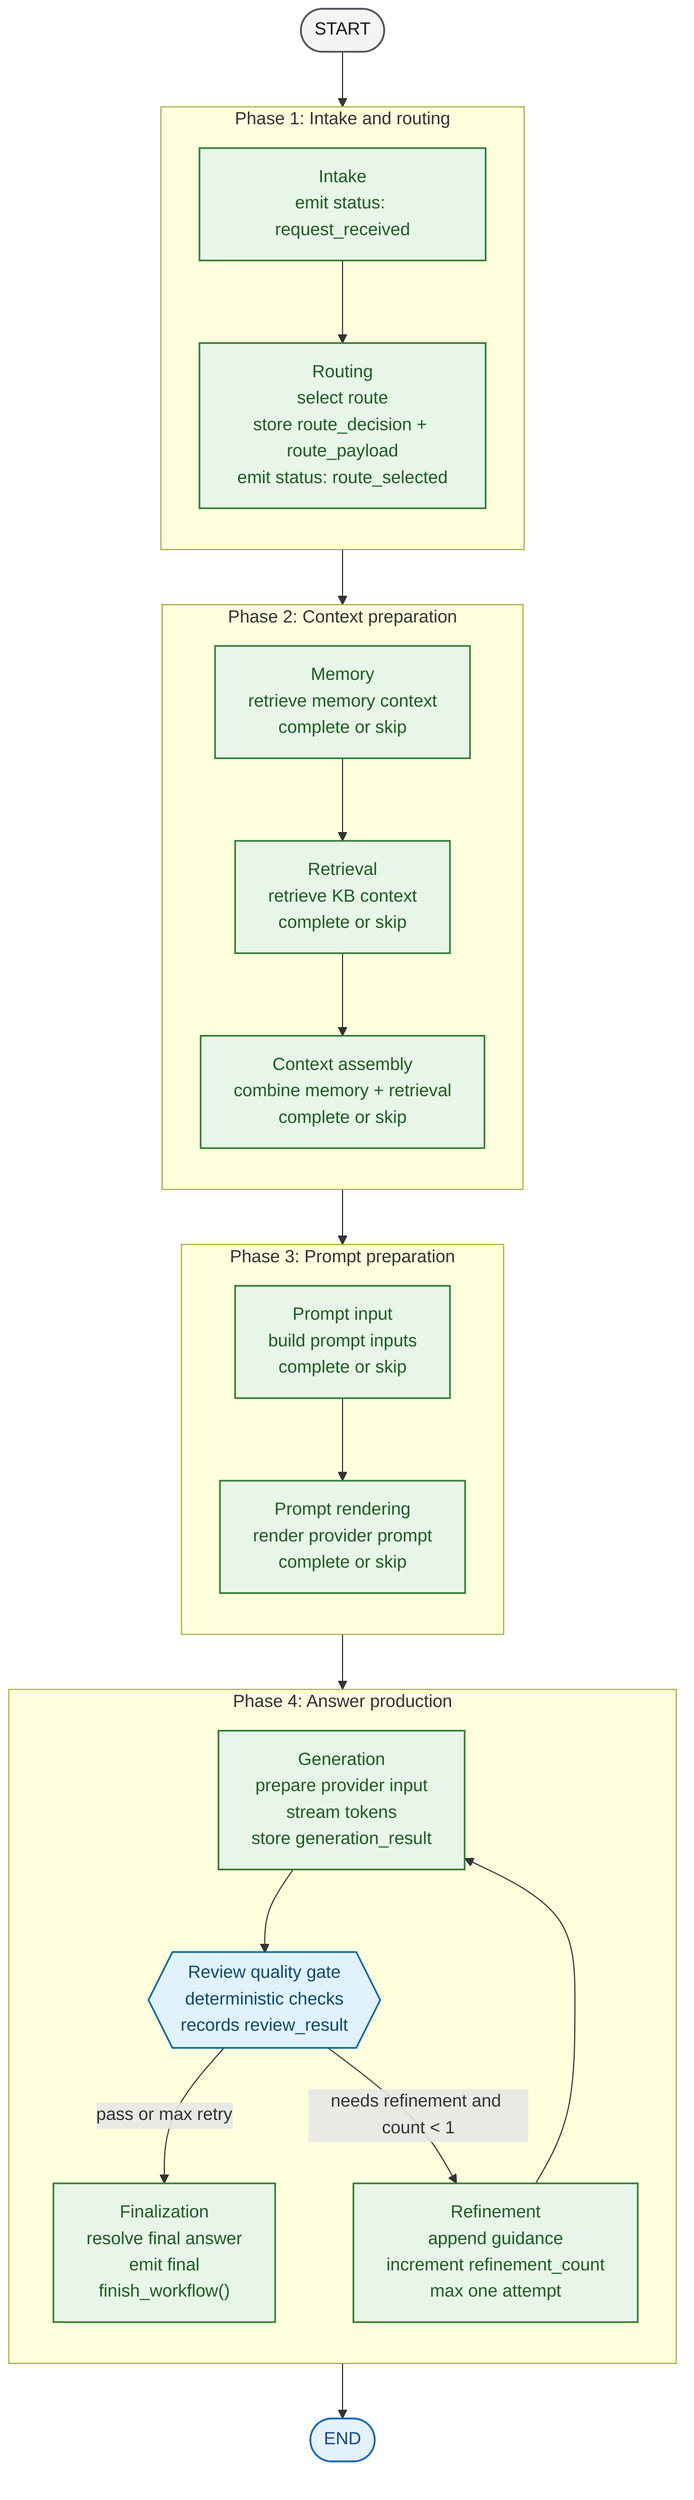
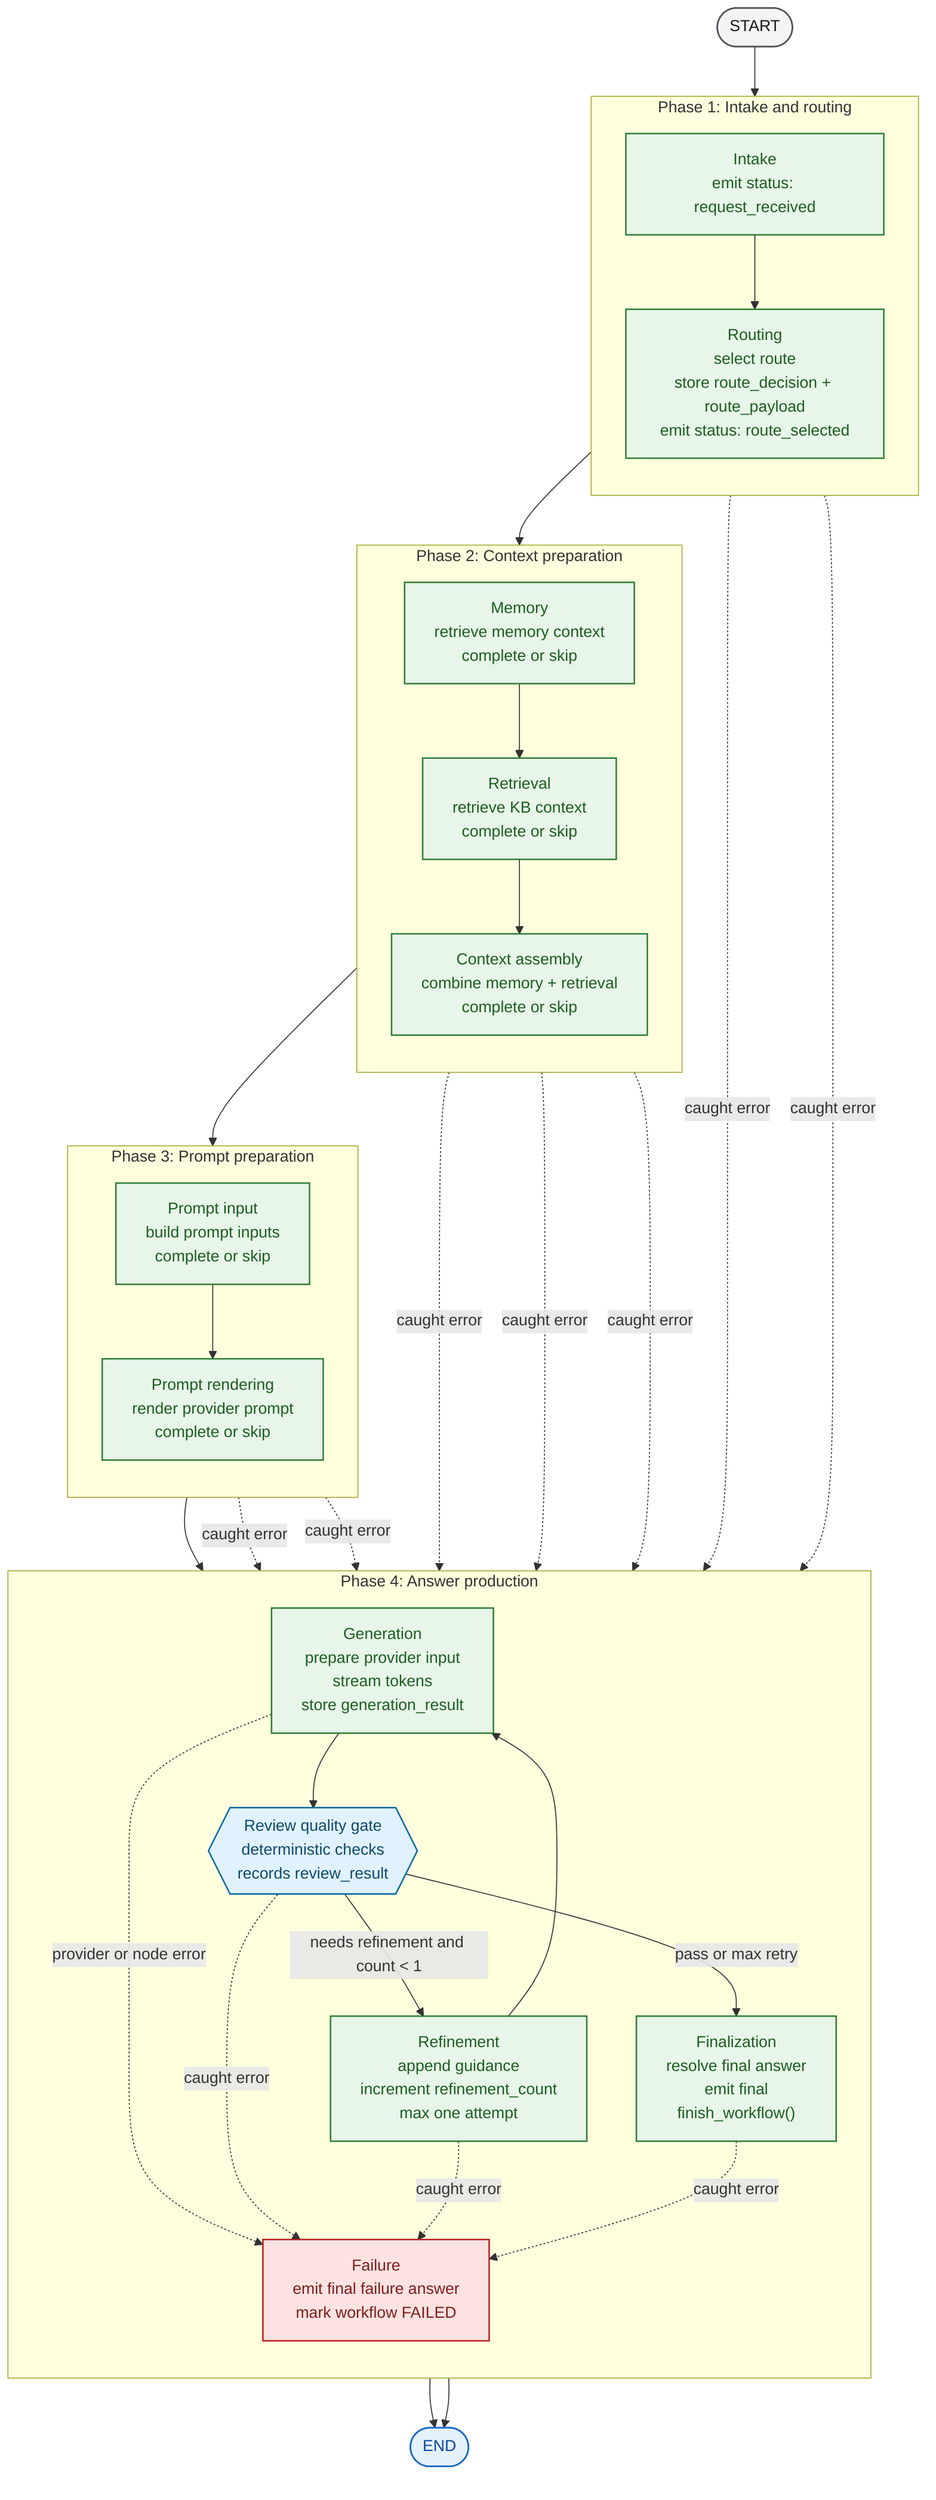
flowchart TB
    classDef boundary fill:#F4F4F5,stroke:#52525B,color:#18181B,stroke-width:1.5px;
    classDef implemented fill:#E8F5E9,stroke:#2E7D32,color:#1B5E20,stroke-width:1.5px;
    classDef gate fill:#E0F2FE,stroke:#0369A1,color:#0C4A6E,stroke-width:1.5px;
+     classDef failure fill:#FEE2E2,stroke:#B91C1C,color:#7F1D1D,stroke-width:1.5px;
    classDef terminal fill:#E3F2FD,stroke:#1565C0,color:#0D47A1,stroke-width:1.5px;

    start([START])
    finish([END])

    subgraph phase_1["Phase 1: Intake and routing"]
        direction TB
        intake["Intake<br/>emit status: request_received"]
        routing["Routing<br/>select route<br/>store route_decision + route_payload<br/>emit status: route_selected"]
    end

    subgraph phase_2["Phase 2: Context preparation"]
        direction TB
        memory["Memory<br/>retrieve memory context<br/>complete or skip"]
        retrieval["Retrieval<br/>retrieve KB context<br/>complete or skip"]
        context_assembly["Context assembly<br/>combine memory + retrieval<br/>complete or skip"]
    end

    subgraph phase_3["Phase 3: Prompt preparation"]
        direction TB
        prompt_input["Prompt input<br/>build prompt inputs<br/>complete or skip"]
        prompt_rendering["Prompt rendering<br/>render provider prompt<br/>complete or skip"]
    end

    subgraph phase_4["Phase 4: Answer production"]
        direction TB
        generation["Generation<br/>prepare provider input<br/>stream tokens<br/>store generation_result"]
        review{{"Review quality gate<br/>deterministic checks<br/>records review_result"}}
        refinement["Refinement<br/>append guidance<br/>increment refinement_count<br/>max one attempt"]
        finalization["Finalization<br/>resolve final answer<br/>emit final<br/>finish_workflow()"]
+         failure["Failure<br/>emit final failure answer<br/>mark workflow FAILED"]
    end

    start --> intake --> routing --> memory --> retrieval --> context_assembly --> prompt_input --> prompt_rendering --> generation --> review
    review -->|"pass or max retry"| finalization --> finish
    review -->|"needs refinement and count < 1"| refinement --> generation
+     intake -. caught error .-> failure
+     routing -. caught error .-> failure
+     memory -. caught error .-> failure
+     retrieval -. caught error .-> failure
+     context_assembly -. caught error .-> failure
+     prompt_input -. caught error .-> failure
+     prompt_rendering -. caught error .-> failure
+     generation -. provider or node error .-> failure
+     review -. caught error .-> failure
+     refinement -. caught error .-> failure
+     finalization -. caught error .-> failure
+     failure --> finish

    class start boundary
    class finish terminal
    class intake,routing,memory,retrieval,context_assembly,prompt_input,prompt_rendering,generation,refinement,finalization implemented
    class review gate
+     class failure failure
